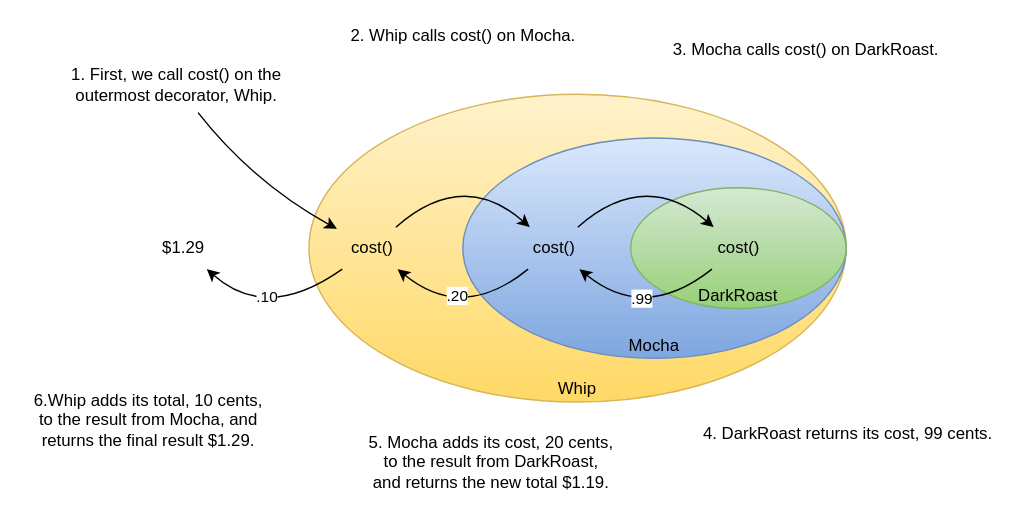
Earlier version of the draw.io export head-first-design-patterns/diagrams/svg/03_03_coffee_shop_object_wrapping.drawio.svg (huyurt/book-summary). Source tidied: cells renumbered, new cells last; positions are measured from the earlier drawing's top-left corner, leaving out a move shared by most shapes.
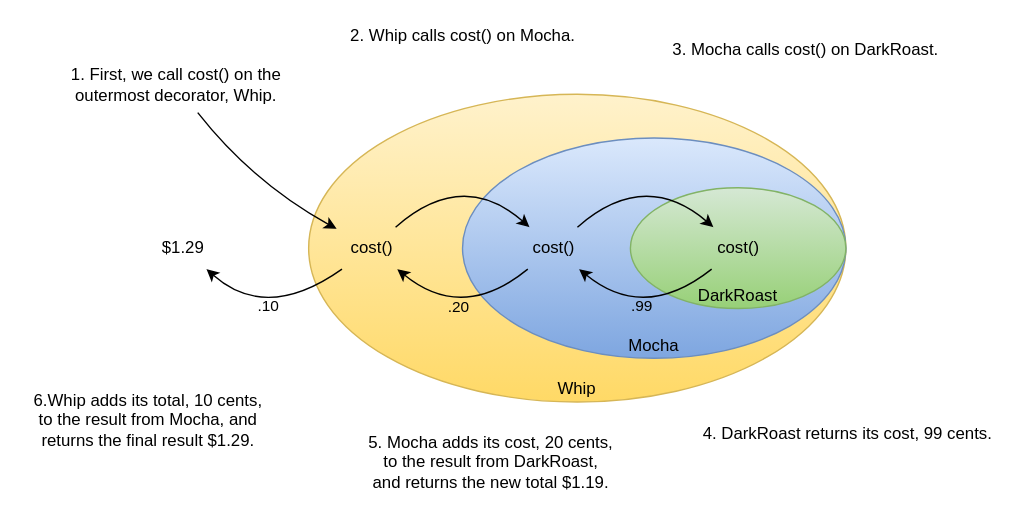
Above is the later version.

Change to the diagram source:
```diff
@@ -27,9 +27,9 @@
         </Array>
       </mxGeometry>
     </mxCell>
-    <mxCell id="9" value=".99" style="edgeLabel;html=1;align=center;verticalAlign=middle;" parent="8" vertex="1">
+    <mxCell id="9" value=".99" style="edgeLabel;html=1;align=center;verticalAlign=middle;labelBackgroundColor=none;" parent="8" vertex="1">
       <mxGeometry x="0.29" y="-10" relative="1" as="geometry">
-        <mxPoint x="4" as="offset" />
+        <mxPoint x="4" y="6" as="offset" />
       </mxGeometry>
     </mxCell>
     <mxCell id="10" style="endArrow=classic;html=1;curved=1;" parent="1" edge="1" source="6" target="5">
@@ -39,9 +39,9 @@
         </Array>
       </mxGeometry>
     </mxCell>
-    <mxCell id="11" value=".20" style="edgeLabel;html=1;align=center;verticalAlign=middle;" parent="10" vertex="1">
+    <mxCell id="11" value=".20" style="edgeLabel;html=1;align=center;verticalAlign=middle;labelBackgroundColor=none;" parent="10" vertex="1">
       <mxGeometry x="0.28" y="-8" relative="1" as="geometry">
-        <mxPoint x="4" y="-2" as="offset" />
+        <mxPoint x="4" y="5" as="offset" />
       </mxGeometry>
     </mxCell>
     <mxCell id="12" style="endArrow=classic;html=1;curved=1;" parent="1" edge="1" source="5" target="6">
@@ -65,9 +65,9 @@
         </Array>
       </mxGeometry>
     </mxCell>
-    <mxCell id="15" value=".10" style="edgeLabel;html=1;align=center;verticalAlign=middle;" parent="14" vertex="1">
+    <mxCell id="15" value=".10" style="edgeLabel;html=1;align=center;verticalAlign=middle;labelBackgroundColor=none;" parent="14" vertex="1">
       <mxGeometry x="-0.17" y="-14" relative="1" as="geometry">
-        <mxPoint x="-4" y="1" as="offset" />
+        <mxPoint x="-4" y="8" as="offset" />
       </mxGeometry>
     </mxCell>
     <mxCell id="16" value="$1.29" style="text;html=1;align=center;verticalAlign=middle;points=[];strokeColor=none;fillColor=none;" parent="1" vertex="1">
```
